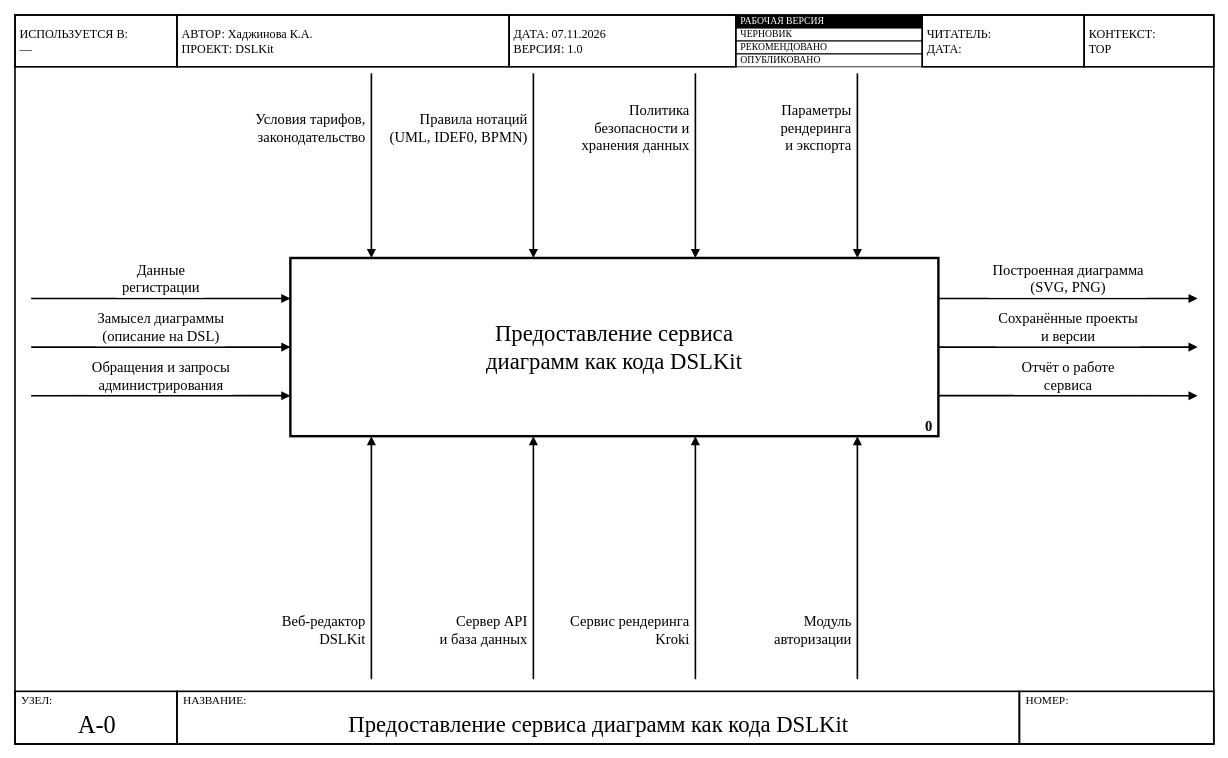
Before: docs/mbp/ЛР1_Анализ_предметной_области/01_IDEF0_A-0_контекстная.drawio in KsushaKhadzhinova/DSLKit-Project, a draw.io diagram. Source tidied: cells renumbered, new cells numbered last; positions are measured from the earlier drawing's top-left corner, leaving out a move shared by most shapes. Both pictures are drawn from the tidied source at 81%, with x=0, y=0 at pixel (15, 15).
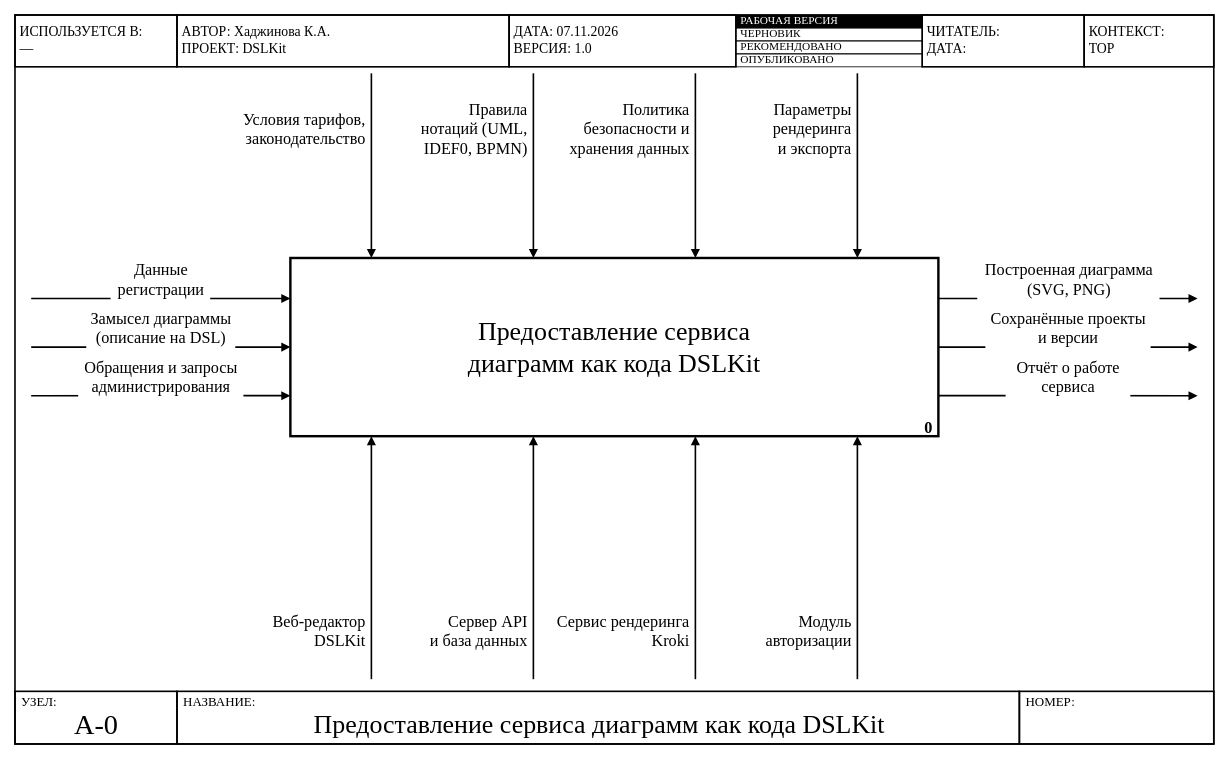
After the change.

Change to the diagram source:
```diff
@@
-    <mxCell id="2" style="html=1;fontFamily=Times New Roman;rounded=0;whiteSpace=wrap;fillColor=none;strokeColor=#000000;strokeWidth=2;fontSize=16;align=center;verticalAlign=middle;spacingLeft=4;spacingRight=4;" parent="1" vertex="1">
+    <mxCell id="2" style="html=1;fontFamily=Times New Roman;rounded=0;whiteSpace=wrap;fillColor=none;strokeColor=#000000;strokeWidth=2;fontSize=19;align=center;verticalAlign=middle;spacingLeft=4;spacingRight=4;" parent="1" vertex="1">
       <mxGeometry width="1480" height="900" as="geometry" />
     </mxCell>
-    <mxCell id="3" value="ИСПОЛЬЗУЕТСЯ В:&lt;br&gt;—" style="html=1;fontFamily=Times New Roman;rounded=0;whiteSpace=wrap;fillColor=none;strokeColor=#000000;strokeWidth=2;fontSize=15;align=left;verticalAlign=middle;spacingLeft=4;spacingRight=4;" parent="1" vertex="1">
+    <mxCell id="3" value="ИСПОЛЬЗУЕТСЯ В:&lt;br&gt;—" style="html=1;fontFamily=Times New Roman;rounded=0;whiteSpace=wrap;fillColor=none;strokeColor=#000000;strokeWidth=2;fontSize=17;align=left;verticalAlign=middle;spacingLeft=4;spacingRight=4;" parent="1" vertex="1">
       <mxGeometry width="200" height="64" as="geometry" />
     </mxCell>
-    <mxCell id="4" value="АВТОР: Хаджинова К.А.&lt;br&gt;ПРОЕКТ: DSLKit" style="html=1;fontFamily=Times New Roman;rounded=0;whiteSpace=wrap;fillColor=none;strokeColor=#000000;strokeWidth=2;fontSize=15;align=left;verticalAlign=middle;spacingLeft=4;spacingRight=4;" parent="1" vertex="1">
+    <mxCell id="4" value="АВТОР: Хаджинова К.А.&lt;br&gt;ПРОЕКТ: DSLKit" style="html=1;fontFamily=Times New Roman;rounded=0;whiteSpace=wrap;fillColor=none;strokeColor=#000000;strokeWidth=2;fontSize=17;align=left;verticalAlign=middle;spacingLeft=4;spacingRight=4;" parent="1" vertex="1">
       <mxGeometry x="200" width="410" height="64" as="geometry" />
     </mxCell>
-    <mxCell id="5" value="ДАТА: 07.11.2026&lt;br&gt;ВЕРСИЯ: 1.0" style="html=1;fontFamily=Times New Roman;rounded=0;whiteSpace=wrap;fillColor=none;strokeColor=#000000;strokeWidth=2;fontSize=15;align=left;verticalAlign=middle;spacingLeft=4;spacingRight=4;" parent="1" vertex="1">
+    <mxCell id="5" value="ДАТА: 07.11.2026&lt;br&gt;ВЕРСИЯ: 1.0" style="html=1;fontFamily=Times New Roman;rounded=0;whiteSpace=wrap;fillColor=none;strokeColor=#000000;strokeWidth=2;fontSize=17;align=left;verticalAlign=middle;spacingLeft=4;spacingRight=4;" parent="1" vertex="1">
       <mxGeometry x="610" width="280" height="64" as="geometry" />
     </mxCell>
-    <mxCell id="6" value="ЧИТАТЕЛЬ:&lt;br&gt;ДАТА:" style="html=1;fontFamily=Times New Roman;rounded=0;whiteSpace=wrap;fillColor=none;strokeColor=#000000;strokeWidth=2;fontSize=15;align=left;verticalAlign=middle;spacingLeft=4;spacingRight=4;" parent="1" vertex="1">
+    <mxCell id="6" value="ЧИТАТЕЛЬ:&lt;br&gt;ДАТА:" style="html=1;fontFamily=Times New Roman;rounded=0;whiteSpace=wrap;fillColor=none;strokeColor=#000000;strokeWidth=2;fontSize=17;align=left;verticalAlign=middle;spacingLeft=4;spacingRight=4;" parent="1" vertex="1">
       <mxGeometry x="1120" width="200" height="64" as="geometry" />
     </mxCell>
-    <mxCell id="7" value="КОНТЕКСТ:&lt;br&gt;TOP" style="html=1;fontFamily=Times New Roman;rounded=0;whiteSpace=wrap;fillColor=none;strokeColor=#000000;strokeWidth=2;fontSize=15;align=left;verticalAlign=middle;spacingLeft=4;spacingRight=4;" parent="1" vertex="1">
+    <mxCell id="7" value="КОНТЕКСТ:&lt;br&gt;TOP" style="html=1;fontFamily=Times New Roman;rounded=0;whiteSpace=wrap;fillColor=none;strokeColor=#000000;strokeWidth=2;fontSize=17;align=left;verticalAlign=middle;spacingLeft=4;spacingRight=4;" parent="1" vertex="1">
       <mxGeometry x="1320" width="160" height="64" as="geometry" />
     </mxCell>
-    <mxCell id="8" value="РАБОЧАЯ ВЕРСИЯ" style="html=1;fontFamily=Times New Roman;rounded=0;whiteSpace=wrap;fillColor=#000000;strokeColor=#000000;strokeWidth=1;fontSize=12;fontColor=white;align=left;verticalAlign=middle;spacingLeft=4;spacingRight=4;" parent="1" vertex="1">
+    <mxCell id="8" value="РАБОЧАЯ ВЕРСИЯ" style="html=1;fontFamily=Times New Roman;rounded=0;whiteSpace=wrap;fillColor=#000000;strokeColor=#000000;strokeWidth=1;fontSize=14;fontColor=white;align=left;verticalAlign=middle;spacingLeft=4;spacingRight=4;" parent="1" vertex="1">
       <mxGeometry x="890" width="230" height="16" as="geometry" />
     </mxCell>
-    <mxCell id="9" value="ЧЕРНОВИК" style="html=1;fontFamily=Times New Roman;rounded=0;whiteSpace=wrap;fillColor=none;strokeColor=#000000;strokeWidth=1;fontSize=12;align=left;verticalAlign=middle;spacingLeft=4;spacingRight=4;" parent="1" vertex="1">
+    <mxCell id="9" value="ЧЕРНОВИК" style="html=1;fontFamily=Times New Roman;rounded=0;whiteSpace=wrap;fillColor=none;strokeColor=#000000;strokeWidth=1;fontSize=14;align=left;verticalAlign=middle;spacingLeft=4;spacingRight=4;" parent="1" vertex="1">
       <mxGeometry x="890" y="16" width="230" height="16" as="geometry" />
     </mxCell>
-    <mxCell id="10" value="РЕКОМЕНДОВАНО" style="html=1;fontFamily=Times New Roman;rounded=0;whiteSpace=wrap;fillColor=none;strokeColor=#000000;strokeWidth=1;fontSize=12;align=left;verticalAlign=middle;spacingLeft=4;spacingRight=4;" parent="1" vertex="1">
+    <mxCell id="10" value="РЕКОМЕНДОВАНО" style="html=1;fontFamily=Times New Roman;rounded=0;whiteSpace=wrap;fillColor=none;strokeColor=#000000;strokeWidth=1;fontSize=14;align=left;verticalAlign=middle;spacingLeft=4;spacingRight=4;" parent="1" vertex="1">
       <mxGeometry x="890" y="32" width="230" height="16" as="geometry" />
     </mxCell>
-    <mxCell id="11" value="ОПУБЛИКОВАНО" style="html=1;fontFamily=Times New Roman;rounded=0;whiteSpace=wrap;fillColor=none;strokeColor=#000000;strokeWidth=1;fontSize=12;align=left;verticalAlign=middle;spacingLeft=4;spacingRight=4;" parent="1" vertex="1">
+    <mxCell id="11" value="ОПУБЛИКОВАНО" style="html=1;fontFamily=Times New Roman;rounded=0;whiteSpace=wrap;fillColor=none;strokeColor=#000000;strokeWidth=1;fontSize=14;align=left;verticalAlign=middle;spacingLeft=4;spacingRight=4;" parent="1" vertex="1">
       <mxGeometry x="890" y="48" width="230" height="16" as="geometry" />
     </mxCell>
-    <mxCell id="12" style="html=1;fontFamily=Times New Roman;rounded=0;whiteSpace=wrap;fillColor=none;strokeColor=#000000;strokeWidth=2;fontSize=16;align=center;verticalAlign=middle;spacingLeft=4;spacingRight=4;" parent="1" vertex="1">
+    <mxCell id="12" style="html=1;fontFamily=Times New Roman;rounded=0;whiteSpace=wrap;fillColor=none;strokeColor=#000000;strokeWidth=2;fontSize=19;align=center;verticalAlign=middle;spacingLeft=4;spacingRight=4;" parent="1" vertex="1">
       <mxGeometry y="835" width="200" height="65" as="geometry" />
     </mxCell>
-    <mxCell id="13" style="html=1;fontFamily=Times New Roman;rounded=0;whiteSpace=wrap;fillColor=none;strokeColor=#000000;strokeWidth=2;fontSize=16;align=center;verticalAlign=middle;spacingLeft=4;spacingRight=4;" parent="1" vertex="1">
+    <mxCell id="13" style="html=1;fontFamily=Times New Roman;rounded=0;whiteSpace=wrap;fillColor=none;strokeColor=#000000;strokeWidth=2;fontSize=19;align=center;verticalAlign=middle;spacingLeft=4;spacingRight=4;" parent="1" vertex="1">
       <mxGeometry x="200" y="835" width="1040" height="65" as="geometry" />
     </mxCell>
-    <mxCell id="14" style="html=1;fontFamily=Times New Roman;rounded=0;whiteSpace=wrap;fillColor=none;strokeColor=#000000;strokeWidth=2;fontSize=16;align=center;verticalAlign=middle;spacingLeft=4;spacingRight=4;" parent="1" vertex="1">
+    <mxCell id="14" style="html=1;fontFamily=Times New Roman;rounded=0;whiteSpace=wrap;fillColor=none;strokeColor=#000000;strokeWidth=2;fontSize=19;align=center;verticalAlign=middle;spacingLeft=4;spacingRight=4;" parent="1" vertex="1">
       <mxGeometry x="1240" y="835" width="240" height="65" as="geometry" />
     </mxCell>
-    <mxCell id="15" value="Предоставление сервиса&lt;br&gt;диаграмм как кода DSLKit" style="html=1;fontFamily=Times New Roman;rounded=0;whiteSpace=wrap;fillColor=#FFFFFF;strokeColor=#000000;strokeWidth=3;fontSize=28;align=center;verticalAlign=middle;" parent="1" vertex="1">
+    <mxCell id="15" value="Предоставление сервиса&lt;br&gt;диаграмм как кода DSLKit" style="html=1;fontFamily=Times New Roman;rounded=0;whiteSpace=wrap;fillColor=#FFFFFF;strokeColor=#000000;strokeWidth=3;fontSize=32;align=center;verticalAlign=middle;" parent="1" vertex="1">
       <mxGeometry x="340" y="300" width="800" height="220" as="geometry" />
     </mxCell>
@@
-    <mxCell id="30" value="УЗЕЛ:" style="text;html=1;fillColor=none;strokeColor=none;fontFamily=Times New Roman;fontSize=14;align=left;verticalAlign=middle;whiteSpace=nowrap;spacing=0;" parent="1" vertex="1">
-      <mxGeometry x="8" y="836" width="46" height="21.8" as="geometry" />
+    <mxCell id="30" value="УЗЕЛ:" style="text;html=1;fillColor=none;strokeColor=none;fontFamily=Times New Roman;fontSize=16;align=left;verticalAlign=middle;whiteSpace=nowrap;spacing=0;" parent="1" vertex="1">
+      <mxGeometry x="8" y="835" width="51" height="23.9" as="geometry" />
     </mxCell>
-    <mxCell id="31" value="A-0" style="text;html=1;fillColor=none;strokeColor=none;fontFamily=Times New Roman;fontSize=30;align=center;verticalAlign=middle;whiteSpace=nowrap;spacing=0;" parent="1" vertex="1">
-      <mxGeometry x="72" y="857" width="57" height="38" as="geometry" />
+    <mxCell id="31" value="A-0" style="text;html=1;fillColor=none;strokeColor=none;fontFamily=Times New Roman;fontSize=35;align=center;verticalAlign=middle;whiteSpace=nowrap;spacing=0;" parent="1" vertex="1">
+      <mxGeometry x="68" y="855" width="64" height="42.8" as="geometry" />
     </mxCell>
-    <mxCell id="32" value="НАЗВАНИЕ:" style="text;html=1;fillColor=none;strokeColor=none;fontFamily=Times New Roman;fontSize=14;align=left;verticalAlign=middle;whiteSpace=nowrap;spacing=0;" parent="1" vertex="1">
-      <mxGeometry x="208" y="836" width="73" height="21.8" as="geometry" />
+    <mxCell id="32" value="НАЗВАНИЕ:" style="text;html=1;fillColor=none;strokeColor=none;fontFamily=Times New Roman;fontSize=16;align=left;verticalAlign=middle;whiteSpace=nowrap;spacing=0;" parent="1" vertex="1">
+      <mxGeometry x="208" y="835" width="83" height="23.9" as="geometry" />
     </mxCell>
-    <mxCell id="33" value="Предоставление сервиса диаграмм как кода DSLKit" style="text;html=1;fillColor=none;strokeColor=none;fontFamily=Times New Roman;fontSize=28;align=center;verticalAlign=middle;whiteSpace=nowrap;spacing=0;" parent="1" vertex="1">
-      <mxGeometry x="391" y="858" width="658" height="35.5" as="geometry" />
+    <mxCell id="33" value="Предоставление сервиса диаграмм как кода DSLKit" style="text;html=1;fillColor=none;strokeColor=none;fontFamily=Times New Roman;fontSize=32;align=center;verticalAlign=middle;whiteSpace=nowrap;spacing=0;" parent="1" vertex="1">
+      <mxGeometry x="340" y="856" width="761" height="39.9" as="geometry" />
     </mxCell>
-    <mxCell id="34" value="НОМЕР:" style="text;html=1;fillColor=none;strokeColor=none;fontFamily=Times New Roman;fontSize=14;align=left;verticalAlign=middle;whiteSpace=nowrap;spacing=0;" parent="1" vertex="1">
-      <mxGeometry x="1248" y="836" width="53" height="21.8" as="geometry" />
+    <mxCell id="34" value="НОМЕР:" style="text;html=1;fillColor=none;strokeColor=none;fontFamily=Times New Roman;fontSize=16;align=left;verticalAlign=middle;whiteSpace=nowrap;spacing=0;" parent="1" vertex="1">
+      <mxGeometry x="1248" y="835" width="59" height="23.9" as="geometry" />
     </mxCell>
-    <mxCell id="35" value="0" style="text;html=1;fillColor=none;strokeColor=none;fontFamily=Times New Roman;fontSize=18;fontStyle=1;align=right;verticalAlign=middle;whiteSpace=nowrap;spacing=0;" parent="1" vertex="1">
-      <mxGeometry x="1112" y="495" width="20" height="25.5" as="geometry" />
+    <mxCell id="35" value="0" style="text;html=1;fillColor=none;strokeColor=none;fontFamily=Times New Roman;fontSize=20;fontStyle=1;align=right;verticalAlign=middle;whiteSpace=nowrap;spacing=0;" parent="1" vertex="1">
+      <mxGeometry x="1110" y="494" width="22" height="28.3" as="geometry" />
     </mxCell>
-    <mxCell id="36" value="Данные&lt;br&gt;регистрации" style="text;html=1;fillColor=#FFFFFF;strokeColor=none;fontFamily=Times New Roman;fontSize=18;align=center;verticalAlign=middle;whiteSpace=nowrap;spacing=0;" parent="1" vertex="1">
-      <mxGeometry x="126" y="302" width="108" height="47" as="geometry" />
+    <mxCell id="36" value="Данные&lt;br&gt;регистрации" style="text;html=1;fillColor=#FFFFFF;strokeColor=none;fontFamily=Times New Roman;fontSize=20;align=center;verticalAlign=middle;whiteSpace=nowrap;spacing=0;" parent="1" vertex="1">
+      <mxGeometry x="118" y="300" width="123" height="52.6" as="geometry" />
     </mxCell>
-    <mxCell id="37" value="Замысел диаграммы&lt;br&gt;(описание на DSL)" style="text;html=1;fillColor=#FFFFFF;strokeColor=none;fontFamily=Times New Roman;fontSize=18;align=center;verticalAlign=middle;whiteSpace=nowrap;spacing=0;" parent="1" vertex="1">
-      <mxGeometry x="100" y="362" width="160" height="47" as="geometry" />
+    <mxCell id="37" value="Замысел диаграммы&lt;br&gt;(описание на DSL)" style="text;html=1;fillColor=#FFFFFF;strokeColor=none;fontFamily=Times New Roman;fontSize=20;align=center;verticalAlign=middle;whiteSpace=nowrap;spacing=0;" parent="1" vertex="1">
+      <mxGeometry x="88" y="360" width="184" height="52.6" as="geometry" />
     </mxCell>
-    <mxCell id="38" value="Обращения и запросы&lt;br&gt;администрирования" style="text;html=1;fillColor=#FFFFFF;strokeColor=none;fontFamily=Times New Roman;fontSize=18;align=center;verticalAlign=middle;whiteSpace=nowrap;spacing=0;" parent="1" vertex="1">
-      <mxGeometry x="91" y="422" width="178" height="47" as="geometry" />
+    <mxCell id="38" value="Обращения и запросы&lt;br&gt;администрирования" style="text;html=1;fillColor=#FFFFFF;strokeColor=none;fontFamily=Times New Roman;fontSize=20;align=center;verticalAlign=middle;whiteSpace=nowrap;spacing=0;" parent="1" vertex="1">
+      <mxGeometry x="78" y="420" width="204" height="52.6" as="geometry" />
     </mxCell>
-    <mxCell id="39" value="Условия тарифов,&lt;br&gt;законодательство" style="text;html=1;fillColor=#FFFFFF;strokeColor=none;fontFamily=Times New Roman;fontSize=18;align=right;verticalAlign=middle;whiteSpace=nowrap;spacing=0;" parent="1" vertex="1">
-      <mxGeometry x="280" y="116" width="152" height="47" as="geometry" />
+    <mxCell id="39" value="Условия тарифов,&lt;br&gt;законодательство" style="text;html=1;fillColor=#FFFFFF;strokeColor=none;fontFamily=Times New Roman;fontSize=20;align=right;verticalAlign=middle;whiteSpace=nowrap;spacing=0;" parent="1" vertex="1">
+      <mxGeometry x="258" y="114" width="174" height="52.6" as="geometry" />
     </mxCell>
-    <mxCell id="40" value="Правила нотаций&lt;br&gt;(UML, IDEF0, BPMN)" style="text;html=1;fillColor=#FFFFFF;strokeColor=none;fontFamily=Times New Roman;fontSize=18;align=right;verticalAlign=middle;whiteSpace=nowrap;spacing=0;" parent="1" vertex="1">
-      <mxGeometry x="463" y="116" width="169" height="47" as="geometry" />
+    <mxCell id="40" value="Правила&lt;br&gt;нотаций (UML,&lt;br&gt;IDEF0, BPMN)" style="text;html=1;fillColor=#FFFFFF;strokeColor=none;fontFamily=Times New Roman;fontSize=20;align=right;verticalAlign=middle;whiteSpace=nowrap;spacing=0;" parent="1" vertex="1">
+      <mxGeometry x="489" y="102" width="143" height="76.9" as="geometry" />
     </mxCell>
-    <mxCell id="41" value="Политика&lt;br&gt;безопасности и&lt;br&gt;хранения данных" style="text;html=1;fillColor=#FFFFFF;strokeColor=none;fontFamily=Times New Roman;fontSize=18;align=right;verticalAlign=middle;whiteSpace=nowrap;spacing=0;" parent="1" vertex="1">
-      <mxGeometry x="689" y="106" width="143" height="68.5" as="geometry" />
+    <mxCell id="41" value="Политика&lt;br&gt;безопасности и&lt;br&gt;хранения данных" style="text;html=1;fillColor=#FFFFFF;strokeColor=none;fontFamily=Times New Roman;fontSize=20;align=right;verticalAlign=middle;whiteSpace=nowrap;spacing=0;" parent="1" vertex="1">
+      <mxGeometry x="668" y="102" width="164" height="76.9" as="geometry" />
     </mxCell>
-    <mxCell id="42" value="Параметры&lt;br&gt;рендеринга&lt;br&gt;и экспорта" style="text;html=1;fillColor=#FFFFFF;strokeColor=none;fontFamily=Times New Roman;fontSize=18;align=right;verticalAlign=middle;whiteSpace=nowrap;spacing=0;" parent="1" vertex="1">
-      <mxGeometry x="933" y="106" width="99" height="68.5" as="geometry" />
+    <mxCell id="42" value="Параметры&lt;br&gt;рендеринга&lt;br&gt;и экспорта" style="text;html=1;fillColor=#FFFFFF;strokeColor=none;fontFamily=Times New Roman;fontSize=20;align=right;verticalAlign=middle;whiteSpace=nowrap;spacing=0;" parent="1" vertex="1">
+      <mxGeometry x="919" y="102" width="113" height="76.9" as="geometry" />
     </mxCell>
-    <mxCell id="43" value="Построенная диаграмма&lt;br&gt;(SVG, PNG)" style="text;html=1;fillColor=#FFFFFF;strokeColor=none;fontFamily=Times New Roman;fontSize=18;align=center;verticalAlign=middle;whiteSpace=nowrap;spacing=0;" parent="1" vertex="1">
-      <mxGeometry x="1202" y="302" width="195" height="47" as="geometry" />
+    <mxCell id="43" value="Построенная диаграмма&lt;br&gt;(SVG, PNG)" style="text;html=1;fillColor=#FFFFFF;strokeColor=none;fontFamily=Times New Roman;fontSize=20;align=center;verticalAlign=middle;whiteSpace=nowrap;spacing=0;" parent="1" vertex="1">
+      <mxGeometry x="1188" y="300" width="225" height="52.6" as="geometry" />
     </mxCell>
-    <mxCell id="44" value="Сохранённые проекты&lt;br&gt;и версии" style="text;html=1;fillColor=#FFFFFF;strokeColor=none;fontFamily=Times New Roman;fontSize=18;align=center;verticalAlign=middle;whiteSpace=nowrap;spacing=0;" parent="1" vertex="1">
-      <mxGeometry x="1211" y="362" width="178" height="47" as="geometry" />
+    <mxCell id="44" value="Сохранённые проекты&lt;br&gt;и версии" style="text;html=1;fillColor=#FFFFFF;strokeColor=none;fontFamily=Times New Roman;fontSize=20;align=center;verticalAlign=middle;whiteSpace=nowrap;spacing=0;" parent="1" vertex="1">
+      <mxGeometry x="1198" y="360" width="204" height="52.6" as="geometry" />
     </mxCell>
-    <mxCell id="45" value="Отчёт о работе&lt;br&gt;сервиса" style="text;html=1;fillColor=#FFFFFF;strokeColor=none;fontFamily=Times New Roman;fontSize=18;align=center;verticalAlign=middle;whiteSpace=nowrap;spacing=0;" parent="1" vertex="1">
-      <mxGeometry x="1233" y="422" width="134" height="47" as="geometry" />
+    <mxCell id="45" value="Отчёт о работе&lt;br&gt;сервиса" style="text;html=1;fillColor=#FFFFFF;strokeColor=none;fontFamily=Times New Roman;fontSize=20;align=center;verticalAlign=middle;whiteSpace=nowrap;spacing=0;" parent="1" vertex="1">
+      <mxGeometry x="1223" y="420" width="154" height="52.6" as="geometry" />
     </mxCell>
-    <mxCell id="46" value="Веб-редактор&lt;br&gt;DSLKit" style="text;html=1;fillColor=#FFFFFF;strokeColor=none;fontFamily=Times New Roman;fontSize=18;align=right;verticalAlign=middle;whiteSpace=nowrap;spacing=0;" parent="1" vertex="1">
-      <mxGeometry x="315" y="736" width="117" height="47" as="geometry" />
+    <mxCell id="46" value="Веб-редактор&lt;br&gt;DSLKit" style="text;html=1;fillColor=#FFFFFF;strokeColor=none;fontFamily=Times New Roman;fontSize=20;align=right;verticalAlign=middle;whiteSpace=nowrap;spacing=0;" parent="1" vertex="1">
+      <mxGeometry x="299" y="734" width="133" height="52.6" as="geometry" />
     </mxCell>
-    <mxCell id="47" value="Сервер API&lt;br&gt;и база данных" style="text;html=1;fillColor=#FFFFFF;strokeColor=none;fontFamily=Times New Roman;fontSize=18;align=right;verticalAlign=middle;whiteSpace=nowrap;spacing=0;" parent="1" vertex="1">
-      <mxGeometry x="507" y="736" width="125" height="47" as="geometry" />
+    <mxCell id="47" value="Сервер API&lt;br&gt;и база данных" style="text;html=1;fillColor=#FFFFFF;strokeColor=none;fontFamily=Times New Roman;fontSize=20;align=right;verticalAlign=middle;whiteSpace=nowrap;spacing=0;" parent="1" vertex="1">
+      <mxGeometry x="489" y="734" width="143" height="52.6" as="geometry" />
     </mxCell>
-    <mxCell id="48" value="Сервис рендеринга&lt;br&gt;Kroki" style="text;html=1;fillColor=#FFFFFF;strokeColor=none;fontFamily=Times New Roman;fontSize=18;align=right;verticalAlign=middle;whiteSpace=nowrap;spacing=0;" parent="1" vertex="1">
-      <mxGeometry x="672" y="736" width="160" height="47" as="geometry" />
+    <mxCell id="48" value="Сервис рендеринга&lt;br&gt;Kroki" style="text;html=1;fillColor=#FFFFFF;strokeColor=none;fontFamily=Times New Roman;fontSize=20;align=right;verticalAlign=middle;whiteSpace=nowrap;spacing=0;" parent="1" vertex="1">
+      <mxGeometry x="648" y="734" width="184" height="52.6" as="geometry" />
     </mxCell>
-    <mxCell id="49" value="Модуль&lt;br&gt;авторизации" style="text;html=1;fillColor=#FFFFFF;strokeColor=none;fontFamily=Times New Roman;fontSize=18;align=right;verticalAlign=middle;whiteSpace=nowrap;spacing=0;" parent="1" vertex="1">
-      <mxGeometry x="924" y="736" width="108" height="47" as="geometry" />
+    <mxCell id="49" value="Модуль&lt;br&gt;авторизации" style="text;html=1;fillColor=#FFFFFF;strokeColor=none;fontFamily=Times New Roman;fontSize=20;align=right;verticalAlign=middle;whiteSpace=nowrap;spacing=0;" parent="1" vertex="1">
+      <mxGeometry x="909" y="734" width="123" height="52.6" as="geometry" />
     </mxCell>
```
